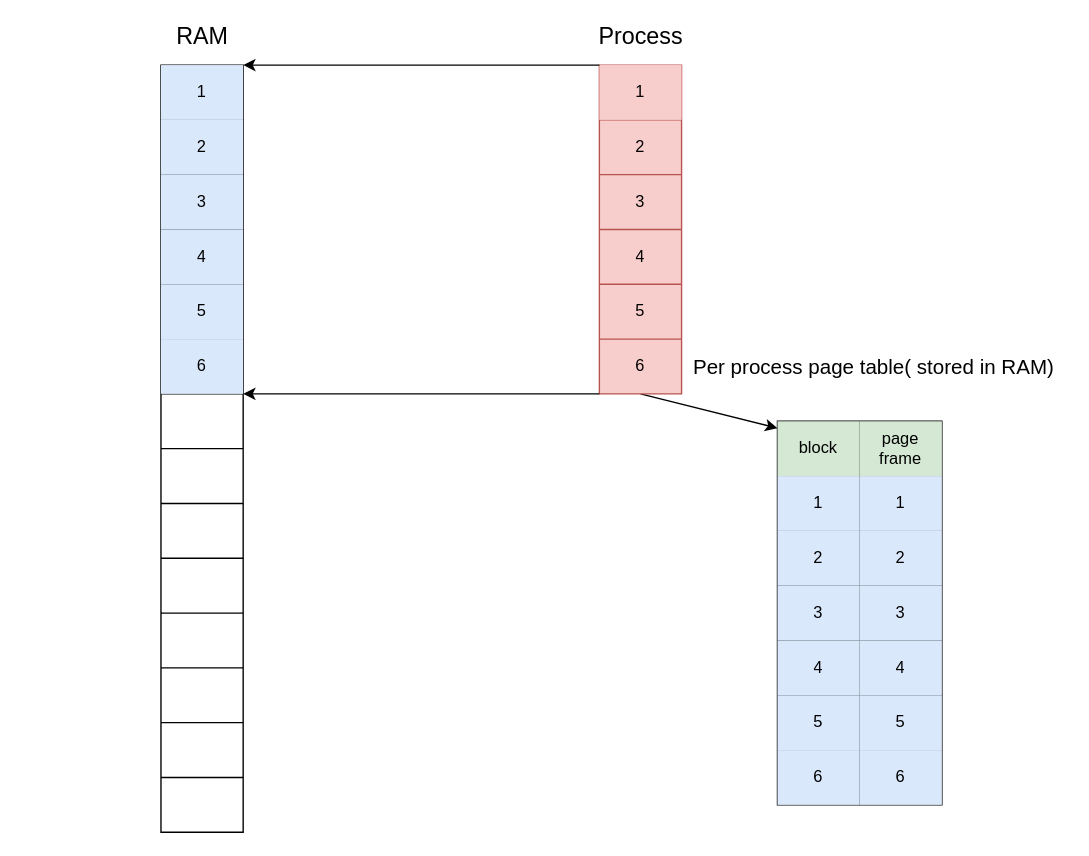
The draw.io diagram virtual-memory.drawio in estraining/diagram-store, before the edit. Source tidied: cells renumbered, new cells numbered last; positions are measured from the earlier drawing's top-left corner, leaving out a move shared by most shapes. Both pictures are drawn from the tidied source at 137%, with x=0, y=0 at pixel (160, 23).
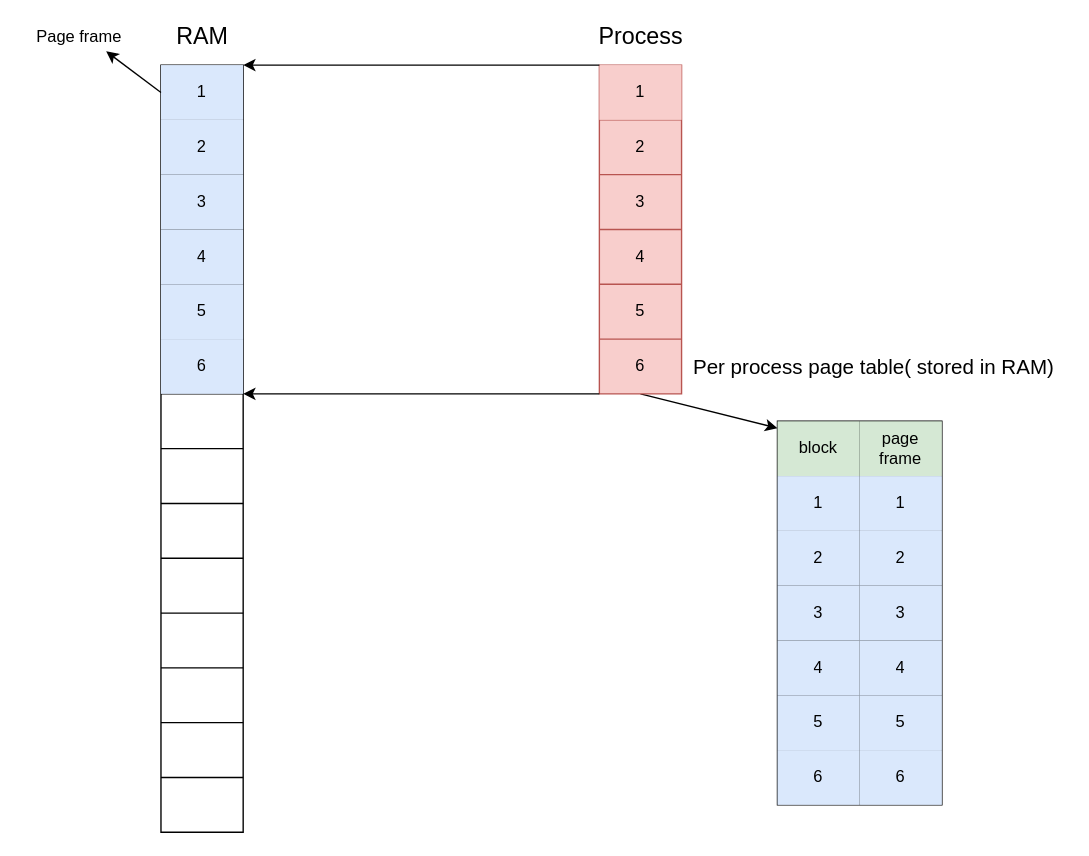
After the change.

Unchanged cells that the change refers to:
```xml
<mxCell id="3" style="shape=partialRectangle;html=1;whiteSpace=wrap;fillColor=none;top=0;left=0;bottom=0;right=0;points=[[0,0.5],[1,0.5]];portConstraint=eastwest;" parent="2" vertex="1">
  <mxGeometry width="60" height="40" as="geometry" />
</mxCell>
```

The edit, as a diff of the source:
```diff
@@
+    <mxCell id="72" style="rounded=0;jettySize=auto;html=1;exitX=0;exitY=0.5;exitDx=0;exitDy=0;" parent="1" edge="1" source="3">
+      <mxGeometry relative="1" as="geometry">
+        <mxPoint x="-40" y="20" as="targetPoint" />
+      </mxGeometry>
+    </mxCell>
+    <mxCell id="73" value="Page frame&lt;br&gt;" style="text;html=1;align=center;verticalAlign=middle;" parent="1" vertex="1">
+      <mxGeometry x="-100" width="80" height="20" as="geometry" />
+    </mxCell>
```
